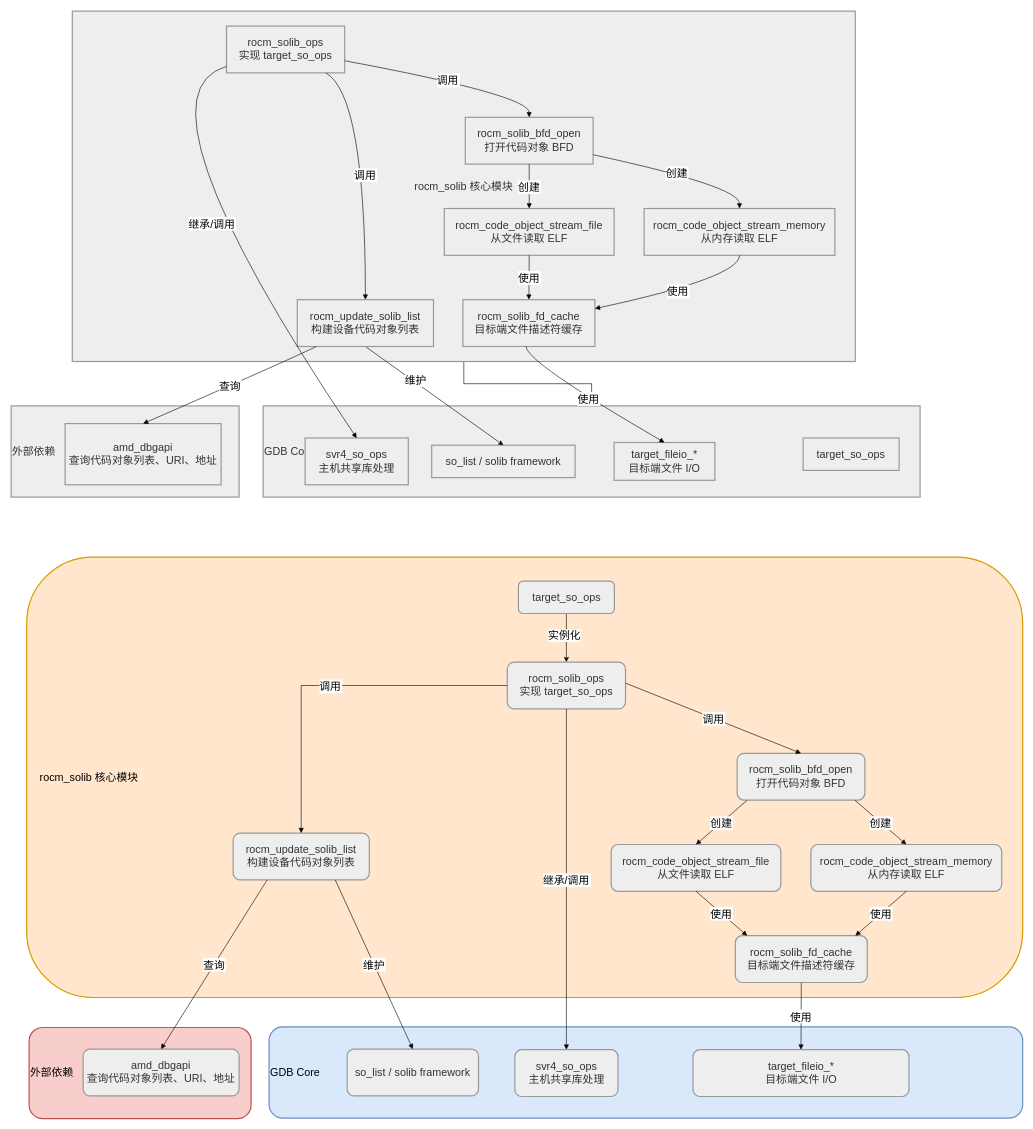
Above: solib-rocm.drawio in HanxuLiu/drawio-files (draw.io), before the change. Source tidied: cells renumbered, new cells numbered last; positions are measured from the earlier drawing's top-left corner, leaving out a move shared by most shapes. Both pictures are drawn from the tidied source at 60%, with x=0, y=0 at pixel (11, 11).
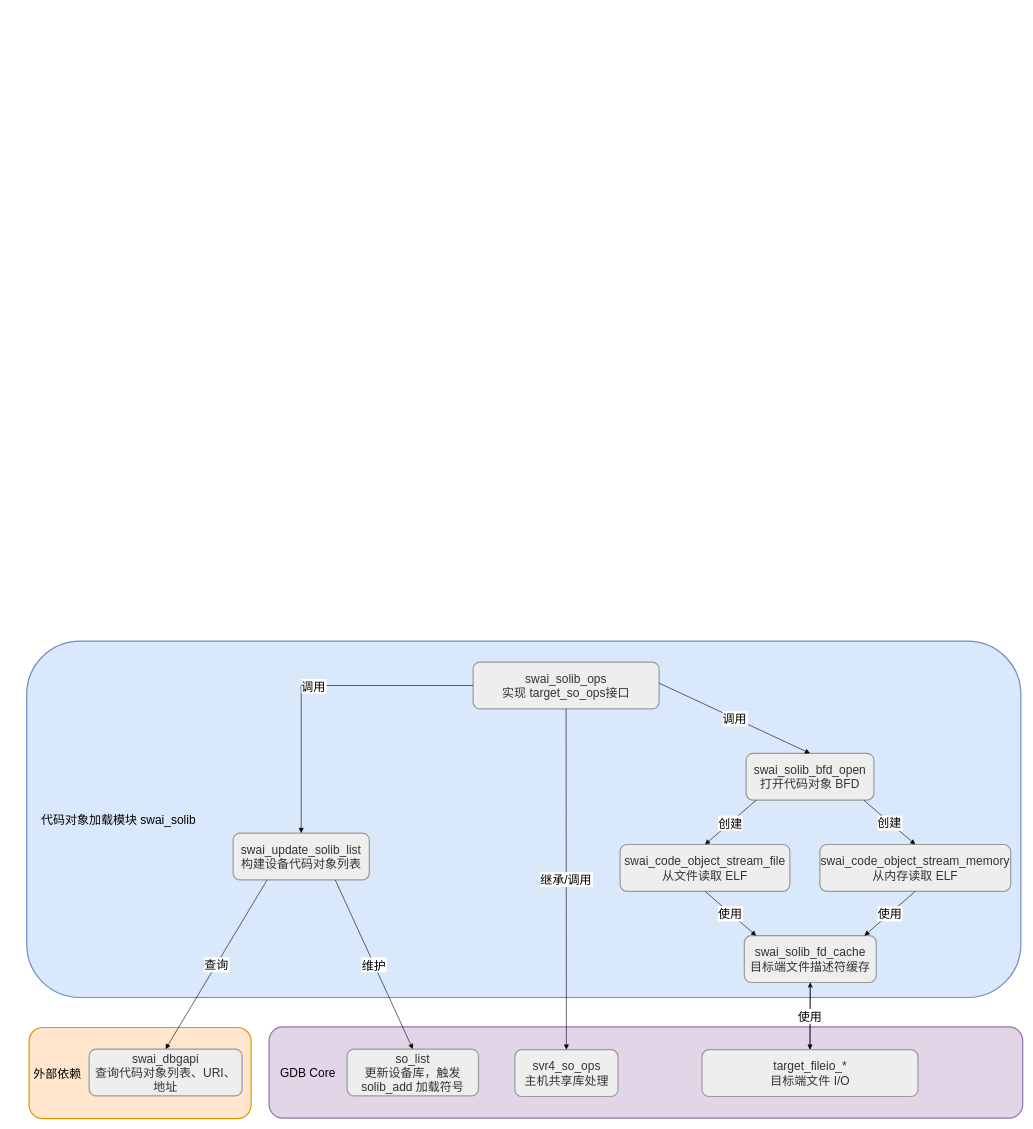
The same page after the edit.

The edit, as a diff of the source:
```diff
@@
-    <mxCell id="2" value="外部依赖" style="whiteSpace=wrap;strokeWidth=2;fillColor=light-dark(#eeeeee,#1f2020);strokeColor=light-dark(#999999,#cccccc);fontColor=light-dark(#333333,#cccccc);align=left;fontSize=18;" parent="1" vertex="1">
-      <mxGeometry y="658" width="380" height="152" as="geometry" />
-    </mxCell>
-    <mxCell id="3" style="edgeStyle=orthogonalEdgeStyle;rounded=0;jettySize=auto;html=1;fontSize=18;" parent="1" edge="1" source="4" target="5">
-      <mxGeometry relative="1" as="geometry" />
-    </mxCell>
-    <mxCell id="4" value="rocm_solib 核心模块" style="whiteSpace=wrap;strokeWidth=2;fillColor=light-dark(#eeeeee,#1f2020);strokeColor=light-dark(#999999,#cccccc);fontColor=light-dark(#333333,#cccccc);fontSize=18;" parent="1" vertex="1">
-      <mxGeometry x="102" width="1305" height="584" as="geometry" />
-    </mxCell>
-    <mxCell id="5" value="GDB Core" style="whiteSpace=wrap;strokeWidth=2;fillColor=light-dark(#eeeeee,#1f2020);strokeColor=light-dark(#999999,#cccccc);fontColor=light-dark(#333333,#cccccc);align=left;fontSize=18;" parent="1" vertex="1">
-      <mxGeometry x="420" y="658" width="1095" height="152" as="geometry" />
-    </mxCell>
-    <mxCell id="6" value="so_list / solib framework" style="whiteSpace=wrap;strokeWidth=2;fillColor=light-dark(#eeeeee,#1f2020);strokeColor=light-dark(#999999,#cccccc);fontColor=light-dark(#333333,#cccccc);fontSize=18;" parent="1" vertex="1">
-      <mxGeometry x="701" y="723.5" width="239" height="54" as="geometry" />
-    </mxCell>
-    <mxCell id="7" value="target_so_ops" style="whiteSpace=wrap;strokeWidth=2;fillColor=light-dark(#eeeeee,#1f2020);strokeColor=light-dark(#999999,#cccccc);fontColor=light-dark(#333333,#cccccc);fontSize=18;" parent="1" vertex="1">
-      <mxGeometry x="1320" y="711.5" width="160" height="54" as="geometry" />
-    </mxCell>
-    <mxCell id="8" value="rocm_solib_ops&#10;实现 target_so_ops" style="whiteSpace=wrap;strokeWidth=2;fillColor=light-dark(#eeeeee,#1f2020);strokeColor=light-dark(#999999,#cccccc);fontColor=light-dark(#333333,#cccccc);fontSize=18;" parent="1" vertex="1">
-      <mxGeometry x="359" y="25" width="197" height="78" as="geometry" />
-    </mxCell>
-    <mxCell id="9" style="rounded=0;jettySize=auto;html=1;exitX=0.5;exitY=1;exitDx=0;exitDy=0;entryX=0.5;entryY=0;entryDx=0;entryDy=0;fontSize=18;" parent="1" edge="1" source="11" target="6">
-      <mxGeometry relative="1" as="geometry" />
-    </mxCell>
-    <mxCell id="10" value="维护" style="edgeLabel;html=1;align=center;verticalAlign=middle;fontSize=18;" parent="9" vertex="1">
-      <mxGeometry x="-0.29" y="2" relative="1" as="geometry" />
-    </mxCell>
-    <mxCell id="11" value="rocm_update_solib_list&#10;构建设备代码对象列表" style="whiteSpace=wrap;strokeWidth=2;fillColor=light-dark(#eeeeee,#1f2020);strokeColor=light-dark(#999999,#cccccc);fontColor=light-dark(#333333,#cccccc);fontSize=18;" parent="1" vertex="1">
-      <mxGeometry x="477" y="481" width="227" height="78" as="geometry" />
-    </mxCell>
-    <mxCell id="12" value="rocm_solib_bfd_open&#10;打开代码对象 BFD" style="whiteSpace=wrap;strokeWidth=2;fillColor=light-dark(#eeeeee,#1f2020);strokeColor=light-dark(#999999,#cccccc);fontColor=light-dark(#333333,#cccccc);fontSize=18;" parent="1" vertex="1">
-      <mxGeometry x="757" y="177" width="213" height="78" as="geometry" />
-    </mxCell>
-    <mxCell id="13" value="rocm_solib_fd_cache&#10;目标端文件描述符缓存" style="whiteSpace=wrap;strokeWidth=2;fillColor=light-dark(#eeeeee,#1f2020);strokeColor=light-dark(#999999,#cccccc);fontColor=light-dark(#333333,#cccccc);fontSize=18;" parent="1" vertex="1">
-      <mxGeometry x="753" y="481" width="220" height="78" as="geometry" />
-    </mxCell>
-    <mxCell id="14" value="rocm_code_object_stream_file&#10;从文件读取 ELF" style="whiteSpace=wrap;strokeWidth=2;fillColor=light-dark(#eeeeee,#1f2020);strokeColor=light-dark(#999999,#cccccc);fontColor=light-dark(#333333,#cccccc);fontSize=18;" parent="1" vertex="1">
-      <mxGeometry x="722" y="329" width="283" height="78" as="geometry" />
-    </mxCell>
-    <mxCell id="15" value="rocm_code_object_stream_memory&#10;从内存读取 ELF" style="whiteSpace=wrap;strokeWidth=2;fillColor=light-dark(#eeeeee,#1f2020);strokeColor=light-dark(#999999,#cccccc);fontColor=light-dark(#333333,#cccccc);fontSize=18;" parent="1" vertex="1">
-      <mxGeometry x="1055" y="329" width="318" height="78" as="geometry" />
-    </mxCell>
-    <mxCell id="16" value="svr4_so_ops&#10;主机共享库处理" style="whiteSpace=wrap;strokeWidth=2;fillColor=light-dark(#eeeeee,#1f2020);strokeColor=light-dark(#999999,#cccccc);fontColor=light-dark(#333333,#cccccc);fontSize=18;" parent="1" vertex="1">
-      <mxGeometry x="490" y="711.5" width="172" height="78" as="geometry" />
-    </mxCell>
-    <mxCell id="17" value="amd_dbgapi&#10;查询代码对象列表、URI、地址" style="whiteSpace=wrap;strokeWidth=2;fillColor=light-dark(#eeeeee,#1f2020);strokeColor=light-dark(#999999,#cccccc);fontColor=light-dark(#333333,#cccccc);fontSize=18;" parent="1" vertex="1">
-      <mxGeometry x="90" y="687.5" width="260" height="102" as="geometry" />
-    </mxCell>
-    <mxCell id="18" value="target_fileio_*&#10;目标端文件 I/O" style="whiteSpace=wrap;strokeWidth=2;fillColor=light-dark(#eeeeee,#1f2020);strokeColor=light-dark(#999999,#cccccc);fontColor=light-dark(#333333,#cccccc);fontSize=18;" parent="1" vertex="1">
-      <mxGeometry x="1005" y="719" width="168" height="63" as="geometry" />
-    </mxCell>
-    <mxCell id="19" value="调用" style="curved=1;startArrow=none;endArrow=block;exitX=0.84;exitY=1;entryX=0.5;entryY=0;rounded=0;fontSize=18;" parent="1" edge="1" source="8" target="11">
-      <mxGeometry relative="1" as="geometry">
-        <Array as="points">
-          <mxPoint x="590" y="140" />
-        </Array>
-      </mxGeometry>
-    </mxCell>
-    <mxCell id="20" value="调用" style="curved=1;startArrow=none;endArrow=block;exitX=1;exitY=0.74;entryX=0.5;entryY=0;rounded=0;fontSize=18;" parent="1" edge="1" source="8" target="12">
-      <mxGeometry relative="1" as="geometry">
-        <Array as="points">
-          <mxPoint x="863" y="140" />
-        </Array>
-      </mxGeometry>
-    </mxCell>
-    <mxCell id="21" value="继承/调用" style="curved=1;startArrow=none;endArrow=block;exitX=0;exitY=0.86;entryX=0.5;entryY=0;rounded=0;fontSize=18;" parent="1" edge="1" source="8" target="16">
-      <mxGeometry relative="1" as="geometry">
-        <Array as="points">
-          <mxPoint x="191" y="140" />
-        </Array>
-      </mxGeometry>
-    </mxCell>
-    <mxCell id="22" value="查询" style="curved=1;startArrow=none;endArrow=block;exitX=0.14;exitY=1;entryX=0.5;entryY=0;rounded=0;fontSize=18;" parent="1" edge="1" source="11" target="17">
-      <mxGeometry relative="1" as="geometry">
-        <Array as="points">
-          <mxPoint x="457" y="584" />
-        </Array>
-      </mxGeometry>
-    </mxCell>
-    <mxCell id="23" value="创建" style="curved=1;startArrow=none;endArrow=block;exitX=0.5;exitY=1;entryX=0.5;entryY=0;rounded=0;fontSize=18;" parent="1" edge="1" source="12" target="14">
-      <mxGeometry relative="1" as="geometry" />
-    </mxCell>
-    <mxCell id="24" value="创建" style="curved=1;startArrow=none;endArrow=block;exitX=1;exitY=0.8;entryX=0.5;entryY=0;rounded=0;fontSize=18;" parent="1" edge="1" source="12" target="15">
-      <mxGeometry relative="1" as="geometry">
-        <Array as="points">
-          <mxPoint x="1214" y="292" />
-        </Array>
-      </mxGeometry>
-    </mxCell>
-    <mxCell id="25" value="使用" style="curved=1;startArrow=none;endArrow=block;exitX=0.5;exitY=1;entryX=0.5;entryY=0;rounded=0;fontSize=18;" parent="1" edge="1" source="14" target="13">
-      <mxGeometry relative="1" as="geometry" />
-    </mxCell>
-    <mxCell id="26" value="使用" style="curved=1;startArrow=none;endArrow=block;exitX=0.5;exitY=1;entryX=1;entryY=0.19;rounded=0;fontSize=18;" parent="1" edge="1" source="15" target="13">
-      <mxGeometry relative="1" as="geometry">
-        <Array as="points">
-          <mxPoint x="1214" y="444" />
-        </Array>
-      </mxGeometry>
-    </mxCell>
-    <mxCell id="27" value="使用" style="curved=1;startArrow=none;endArrow=block;exitX=0.48;exitY=1;entryX=0.5;entryY=0;rounded=0;fontSize=18;" parent="1" edge="1" source="13" target="18">
-      <mxGeometry relative="1" as="geometry">
-        <Array as="points">
-          <mxPoint x="857" y="584" />
-        </Array>
-      </mxGeometry>
-    </mxCell>
-    <mxCell id="28" value="外部依赖" style="whiteSpace=wrap;strokeWidth=2;fillColor=#f8cecc;strokeColor=#b85450;align=left;fontSize=18;rounded=1;" parent="1" vertex="1">
+    <mxCell id="28" value=" 外部依赖" style="whiteSpace=wrap;strokeWidth=2;fillColor=#ffe6cc;strokeColor=#d79b00;align=left;fontSize=20;rounded=1;" parent="1" vertex="1">
       <mxGeometry x="30" y="1694" width="370" height="152" as="geometry" />
     </mxCell>
-    <mxCell id="29" value="    rocm_solib 核心模块" style="whiteSpace=wrap;strokeWidth=2;fillColor=#ffe6cc;strokeColor=#d79b00;fontSize=18;align=left;rounded=1;" parent="1" vertex="1">
-      <mxGeometry x="26" y="910" width="1660" height="734" as="geometry" />
+    <mxCell id="29" value="    代码对象加载模块 swai_solib" style="whiteSpace=wrap;strokeWidth=2;fillColor=#dae8fc;strokeColor=#6c8ebf;fontSize=20;align=left;rounded=1;" parent="1" vertex="1">
+      <mxGeometry x="26" y="1050" width="1657" height="594" as="geometry" />
     </mxCell>
-    <mxCell id="30" value="GDB Core" style="whiteSpace=wrap;strokeWidth=2;fillColor=#dae8fc;strokeColor=#6c8ebf;align=left;fontSize=18;rounded=1;" parent="1" vertex="1">
+    <mxCell id="30" value="   GDB Core" style="whiteSpace=wrap;strokeWidth=2;fillColor=#e1d5e7;strokeColor=#9673a6;align=left;fontSize=20;rounded=1;" parent="1" vertex="1">
       <mxGeometry x="430" y="1693" width="1256" height="152" as="geometry" />
     </mxCell>
-    <mxCell id="31" value="so_list / solib framework" style="whiteSpace=wrap;strokeWidth=2;fillColor=light-dark(#eeeeee,#1f2020);strokeColor=light-dark(#999999,#cccccc);fontColor=light-dark(#333333,#cccccc);fontSize=18;rounded=1;" parent="1" vertex="1">
+    <mxCell id="31" value="so_list&#10;更新设备库，触发 solib_add 加载符号" style="whiteSpace=wrap;strokeWidth=2;fillColor=light-dark(#eeeeee,#1f2020);strokeColor=light-dark(#999999,#cccccc);fontColor=light-dark(#333333,#cccccc);fontSize=20;rounded=1;" parent="1" vertex="1">
       <mxGeometry x="560" y="1730" width="219" height="78" as="geometry" />
     </mxCell>
-    <mxCell id="32" style="edgeStyle=orthogonalEdgeStyle;rounded=0;jettySize=auto;html=1;exitX=0.5;exitY=1;exitDx=0;exitDy=0;entryX=0.5;entryY=0;entryDx=0;entryDy=0;fontSize=18;" parent="1" edge="1" source="34" target="37">
-      <mxGeometry relative="1" as="geometry" />
-    </mxCell>
-    <mxCell id="33" value="实例化" style="edgeLabel;html=1;align=center;verticalAlign=middle;fontSize=18;" parent="32" vertex="1">
-      <mxGeometry x="-0.11" y="-4" relative="1" as="geometry" />
-    </mxCell>
-    <mxCell id="34" value="target_so_ops" style="whiteSpace=wrap;strokeWidth=2;fillColor=light-dark(#eeeeee,#1f2020);strokeColor=light-dark(#999999,#cccccc);fontColor=light-dark(#333333,#cccccc);fontSize=18;rounded=1;" parent="1" vertex="1">
-      <mxGeometry x="845.5" y="950" width="160" height="54" as="geometry" />
-    </mxCell>
-    <mxCell id="35" value="svr4_so_ops&#10;主机共享库处理" style="whiteSpace=wrap;strokeWidth=2;fillColor=light-dark(#eeeeee,#1f2020);strokeColor=light-dark(#999999,#cccccc);fontColor=light-dark(#333333,#cccccc);fontSize=18;rounded=1;" parent="1" vertex="1">
+    <mxCell id="35" value="svr4_so_ops&#10;主机共享库处理" style="whiteSpace=wrap;strokeWidth=2;fillColor=light-dark(#eeeeee,#1f2020);strokeColor=light-dark(#999999,#cccccc);fontColor=light-dark(#333333,#cccccc);fontSize=20;rounded=1;" parent="1" vertex="1">
       <mxGeometry x="839.5" y="1731" width="172" height="78" as="geometry" />
     </mxCell>
+    <mxCell id="54" style="edgeStyle=orthogonalEdgeStyle;rounded=0;jettySize=auto;html=1;fontSize=20;" parent="1" edge="1" source="36" target="40">
+      <mxGeometry relative="1" as="geometry" />
+    </mxCell>
-    <mxCell id="36" value="target_fileio_*&#10;目标端文件 I/O" style="whiteSpace=wrap;strokeWidth=2;fillColor=light-dark(#eeeeee,#1f2020);strokeColor=light-dark(#999999,#cccccc);fontColor=light-dark(#333333,#cccccc);fontSize=18;rounded=1;" parent="1" vertex="1">
-      <mxGeometry x="1136.5" y="1731" width="360" height="78" as="geometry" />
+    <mxCell id="36" value="target_fileio_*&#10;目标端文件 I/O" style="whiteSpace=wrap;strokeWidth=2;fillColor=light-dark(#eeeeee,#1f2020);strokeColor=light-dark(#999999,#cccccc);fontColor=light-dark(#333333,#cccccc);fontSize=20;rounded=1;" parent="1" vertex="1">
+      <mxGeometry x="1151.5" y="1731" width="360" height="78" as="geometry" />
     </mxCell>
-    <mxCell id="37" value="rocm_solib_ops&#10;实现 target_so_ops" style="whiteSpace=wrap;strokeWidth=2;fillColor=light-dark(#eeeeee,#1f2020);strokeColor=light-dark(#999999,#cccccc);fontColor=light-dark(#333333,#cccccc);fontSize=18;rounded=1;" parent="1" vertex="1">
-      <mxGeometry x="827" y="1085" width="197" height="78" as="geometry" />
+    <mxCell id="37" value="swai_solib_ops&#10;实现 target_so_ops接口" style="whiteSpace=wrap;strokeWidth=2;fillColor=light-dark(#eeeeee,#1f2020);strokeColor=light-dark(#999999,#cccccc);fontColor=light-dark(#333333,#cccccc);fontSize=20;rounded=1;" parent="1" vertex="1">
+      <mxGeometry x="770" y="1085" width="310" height="78" as="geometry" />
     </mxCell>
-    <mxCell id="38" value="rocm_update_solib_list&#10;构建设备代码对象列表" style="whiteSpace=wrap;strokeWidth=2;fillColor=light-dark(#eeeeee,#1f2020);strokeColor=light-dark(#999999,#cccccc);fontColor=light-dark(#333333,#cccccc);fontSize=18;rounded=1;" parent="1" vertex="1">
+    <mxCell id="38" value="swai_update_solib_list&#10;构建设备代码对象列表" style="whiteSpace=wrap;strokeWidth=2;fillColor=light-dark(#eeeeee,#1f2020);strokeColor=light-dark(#999999,#cccccc);fontColor=light-dark(#333333,#cccccc);fontSize=20;rounded=1;" parent="1" vertex="1">
       <mxGeometry x="370" y="1370" width="227" height="78" as="geometry" />
     </mxCell>
-    <mxCell id="39" value="rocm_solib_bfd_open&#10;打开代码对象 BFD" style="whiteSpace=wrap;strokeWidth=2;fillColor=light-dark(#eeeeee,#1f2020);strokeColor=light-dark(#999999,#cccccc);fontColor=light-dark(#333333,#cccccc);fontSize=18;rounded=1;" parent="1" vertex="1">
-      <mxGeometry x="1210" y="1237" width="213" height="78" as="geometry" />
+    <mxCell id="39" value="swai_solib_bfd_open&#10;打开代码对象 BFD" style="whiteSpace=wrap;strokeWidth=2;fillColor=light-dark(#eeeeee,#1f2020);strokeColor=light-dark(#999999,#cccccc);fontColor=light-dark(#333333,#cccccc);fontSize=20;rounded=1;" parent="1" vertex="1">
+      <mxGeometry x="1225" y="1237" width="213" height="78" as="geometry" />
     </mxCell>
-    <mxCell id="40" value="rocm_solib_fd_cache&#10;目标端文件描述符缓存" style="whiteSpace=wrap;strokeWidth=2;fillColor=light-dark(#eeeeee,#1f2020);strokeColor=light-dark(#999999,#cccccc);fontColor=light-dark(#333333,#cccccc);fontSize=18;rounded=1;" parent="1" vertex="1">
-      <mxGeometry x="1207" y="1541" width="220" height="78" as="geometry" />
+    <mxCell id="40" value="swai_solib_fd_cache&#10;目标端文件描述符缓存" style="whiteSpace=wrap;strokeWidth=2;fillColor=light-dark(#eeeeee,#1f2020);strokeColor=light-dark(#999999,#cccccc);fontColor=light-dark(#333333,#cccccc);fontSize=20;rounded=1;" parent="1" vertex="1">
+      <mxGeometry x="1222" y="1541" width="220" height="78" as="geometry" />
     </mxCell>
-    <mxCell id="41" value="rocm_code_object_stream_file&#10;从文件读取 ELF" style="whiteSpace=wrap;strokeWidth=2;fillColor=light-dark(#eeeeee,#1f2020);strokeColor=light-dark(#999999,#cccccc);fontColor=light-dark(#333333,#cccccc);fontSize=18;rounded=1;" parent="1" vertex="1">
-      <mxGeometry x="1000" y="1389" width="283" height="78" as="geometry" />
+    <mxCell id="41" value="swai_code_object_stream_file&#10;从文件读取 ELF" style="whiteSpace=wrap;strokeWidth=2;fillColor=light-dark(#eeeeee,#1f2020);strokeColor=light-dark(#999999,#cccccc);fontColor=light-dark(#333333,#cccccc);fontSize=20;rounded=1;" parent="1" vertex="1">
+      <mxGeometry x="1015" y="1389" width="283" height="78" as="geometry" />
     </mxCell>
-    <mxCell id="42" value="rocm_code_object_stream_memory&#10;从内存读取 ELF" style="whiteSpace=wrap;strokeWidth=2;fillColor=light-dark(#eeeeee,#1f2020);strokeColor=light-dark(#999999,#cccccc);fontColor=light-dark(#333333,#cccccc);fontSize=18;rounded=1;" parent="1" vertex="1">
-      <mxGeometry x="1333" y="1389" width="318" height="78" as="geometry" />
+    <mxCell id="42" value="swai_code_object_stream_memory&#10;从内存读取 ELF" style="whiteSpace=wrap;strokeWidth=2;fillColor=light-dark(#eeeeee,#1f2020);strokeColor=light-dark(#999999,#cccccc);fontColor=light-dark(#333333,#cccccc);fontSize=20;rounded=1;" parent="1" vertex="1">
+      <mxGeometry x="1348" y="1389" width="318" height="78" as="geometry" />
     </mxCell>
-    <mxCell id="43" value="amd_dbgapi&#10;查询代码对象列表、URI、地址" style="whiteSpace=wrap;strokeWidth=2;fillColor=light-dark(#eeeeee,#1f2020);strokeColor=light-dark(#999999,#cccccc);fontColor=light-dark(#333333,#cccccc);fontSize=18;rounded=1;" parent="1" vertex="1">
-      <mxGeometry x="120" y="1730" width="260" height="78" as="geometry" />
+    <mxCell id="43" value="swai_dbgapi&#10;查询代码对象列表、URI、地址" style="whiteSpace=wrap;strokeWidth=2;fillColor=light-dark(#eeeeee,#1f2020);strokeColor=light-dark(#999999,#cccccc);fontColor=light-dark(#333333,#cccccc);fontSize=20;rounded=1;" parent="1" vertex="1">
+      <mxGeometry x="130" y="1730" width="255" height="78" as="geometry" />
     </mxCell>
-    <mxCell id="44" value="调用" style="startArrow=none;endArrow=block;entryX=0.5;entryY=0;rounded=0;fontSize=18;edgeStyle=orthogonalEdgeStyle;exitX=0;exitY=0.5;exitDx=0;exitDy=0;" parent="1" edge="1" source="37" target="38">
+    <mxCell id="44" value="调用" style="startArrow=none;endArrow=block;entryX=0.5;entryY=0;rounded=0;fontSize=20;edgeStyle=orthogonalEdgeStyle;exitX=0;exitY=0.5;exitDx=0;exitDy=0;" parent="1" edge="1" source="37" target="38">
       <mxGeometry relative="1" as="geometry" />
     </mxCell>
-    <mxCell id="45" value="调用" style="startArrow=none;endArrow=block;exitX=1;exitY=0.449;entryX=0.5;entryY=0;rounded=0;fontSize=18;exitDx=0;exitDy=0;exitPerimeter=0;" parent="1" edge="1" source="37" target="39">
+    <mxCell id="45" value="调用" style="startArrow=none;endArrow=block;exitX=1;exitY=0.449;entryX=0.5;entryY=0;rounded=0;fontSize=20;exitDx=0;exitDy=0;exitPerimeter=0;" parent="1" edge="1" source="37" target="39">
       <mxGeometry relative="1" as="geometry" />
     </mxCell>
-    <mxCell id="46" value="继承/调用" style="curved=1;startArrow=none;endArrow=block;exitX=0.5;exitY=1;entryX=0.5;entryY=0;rounded=0;fontSize=18;" parent="1" edge="1" source="37" target="35">
+    <mxCell id="46" value="继承/调用" style="curved=1;startArrow=none;endArrow=block;exitX=0.5;exitY=1;entryX=0.5;entryY=0;rounded=0;fontSize=20;" parent="1" edge="1" source="37" target="35">
       <mxGeometry relative="1" as="geometry" />
     </mxCell>
-    <mxCell id="47" value="查询" style="curved=1;startArrow=none;endArrow=block;exitX=0.25;exitY=1;entryX=0.5;entryY=0;rounded=0;fontSize=18;exitDx=0;exitDy=0;" parent="1" edge="1" source="38" target="43">
+    <mxCell id="47" value="查询" style="curved=1;startArrow=none;endArrow=block;exitX=0.25;exitY=1;entryX=0.5;entryY=0;rounded=0;fontSize=20;exitDx=0;exitDy=0;" parent="1" edge="1" source="38" target="43">
       <mxGeometry relative="1" as="geometry" />
     </mxCell>
-    <mxCell id="48" value="维护" style="startArrow=none;endArrow=block;exitX=0.75;exitY=1;entryX=0.5;entryY=0;rounded=0;fontSize=18;exitDx=0;exitDy=0;" parent="1" edge="1" source="38" target="31">
+    <mxCell id="48" value="维护" style="startArrow=none;endArrow=block;exitX=0.75;exitY=1;entryX=0.5;entryY=0;rounded=0;fontSize=20;exitDx=0;exitDy=0;" parent="1" edge="1" source="38" target="31">
       <mxGeometry relative="1" as="geometry" />
     </mxCell>
-    <mxCell id="49" value="创建" style="startArrow=none;endArrow=block;exitX=0.08;exitY=1;entryX=0.5;entryY=0;rounded=0;fontSize=18;" parent="1" edge="1" source="39" target="41">
+    <mxCell id="49" value="创建" style="startArrow=none;endArrow=block;exitX=0.08;exitY=1;entryX=0.5;entryY=0;rounded=0;fontSize=20;" parent="1" edge="1" source="39" target="41">
       <mxGeometry relative="1" as="geometry" />
     </mxCell>
-    <mxCell id="50" value="创建" style="startArrow=none;endArrow=block;exitX=0.92;exitY=1;entryX=0.5;entryY=0;rounded=0;fontSize=18;" parent="1" edge="1" source="39" target="42">
+    <mxCell id="50" value="创建" style="startArrow=none;endArrow=block;exitX=0.92;exitY=1;entryX=0.5;entryY=0;rounded=0;fontSize=20;" parent="1" edge="1" source="39" target="42">
       <mxGeometry relative="1" as="geometry" />
     </mxCell>
-    <mxCell id="51" value="使用" style="startArrow=none;endArrow=block;exitX=0.5;exitY=1;entryX=0.09;entryY=0;rounded=0;fontSize=18;" parent="1" edge="1" source="41" target="40">
+    <mxCell id="51" value="使用" style="startArrow=none;endArrow=block;exitX=0.5;exitY=1;entryX=0.09;entryY=0;rounded=0;fontSize=20;" parent="1" edge="1" source="41" target="40">
       <mxGeometry relative="1" as="geometry" />
     </mxCell>
-    <mxCell id="52" value="使用" style="startArrow=none;endArrow=block;exitX=0.5;exitY=1;entryX=0.91;entryY=0;rounded=1;fontSize=18;" parent="1" edge="1" source="42" target="40">
+    <mxCell id="52" value="使用" style="startArrow=none;endArrow=block;exitX=0.5;exitY=1;entryX=0.91;entryY=0;rounded=1;fontSize=20;" parent="1" edge="1" source="42" target="40">
       <mxGeometry relative="1" as="geometry" />
     </mxCell>
-    <mxCell id="53" value="使用" style="curved=1;startArrow=none;endArrow=block;exitX=0.5;exitY=1;entryX=0.5;entryY=0;rounded=0;fontSize=18;" parent="1" edge="1" source="40" target="36">
+    <mxCell id="53" value="使用" style="curved=1;startArrow=none;endArrow=block;exitX=0.5;exitY=1;entryX=0.5;entryY=0;rounded=0;fontSize=20;" parent="1" edge="1" source="40" target="36">
       <mxGeometry relative="1" as="geometry" />
     </mxCell>
```
